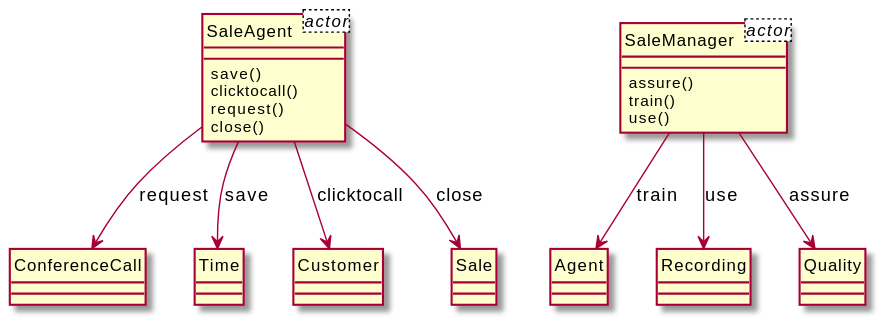
Earlier version of the PlantUML export output/diagram_5/2014-USC-Project05.svg (xixixhalu/DomainModelExtractor). The source it was exported from:
```plantuml
@startuml
hide circle
class SaleAgent<actor> {
}
class SaleManager<actor> {
}
class SaleAgent {
	save()
	clicktocall()
	request()
	close()
}
class ConferenceCall {
}
class Time {
}
class SaleManager {
	assure()
	train()
	use()
}
class Agent {
}
class Customer {
}
class Sale {
}
class Recording {
}
class Quality {
}
SaleManager --> Recording : use
SaleAgent --> Customer : clicktocall
SaleAgent --> Time : save
SaleManager --> Quality : assure
SaleAgent --> Sale : close
SaleManager --> Agent : train
SaleAgent --> ConferenceCall : request
@enduml
```
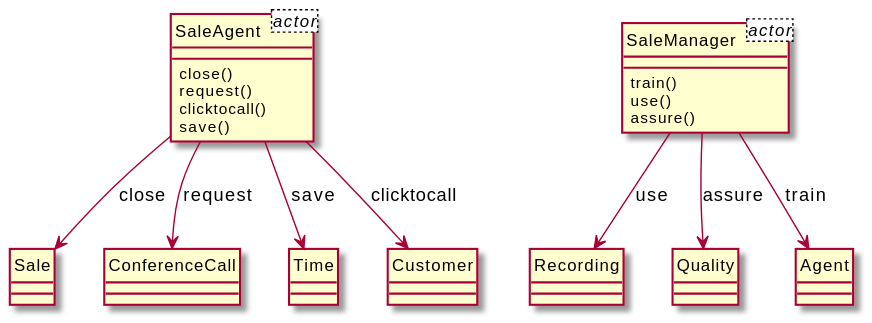
Later version of the same file.

The edit, as a diff of the source:
```diff
@@ -5,35 +5,35 @@
 class SaleManager<actor> {
 }
 class SaleAgent {
+	close()
+	request()
+	clicktocall()
 	save()
-	clicktocall()
-	request()
-	close()
+}
+class Sale {
+}
+class SaleManager {
+	train()
+	use()
+	assure()
+}
+class Recording {
 }
 class ConferenceCall {
 }
 class Time {
 }
-class SaleManager {
-	assure()
-	train()
-	use()
+class Quality {
 }
 class Agent {
 }
 class Customer {
 }
-class Sale {
-}
-class Recording {
-}
-class Quality {
-}
+SaleManager --> Agent : train
+SaleAgent --> Time : save
+SaleAgent --> Customer : clicktocall
 SaleManager --> Recording : use
-SaleAgent --> Customer : clicktocall
-SaleAgent --> Time : save
 SaleManager --> Quality : assure
+SaleAgent --> ConferenceCall : request
 SaleAgent --> Sale : close
-SaleManager --> Agent : train
-SaleAgent --> ConferenceCall : request
 @enduml
```
